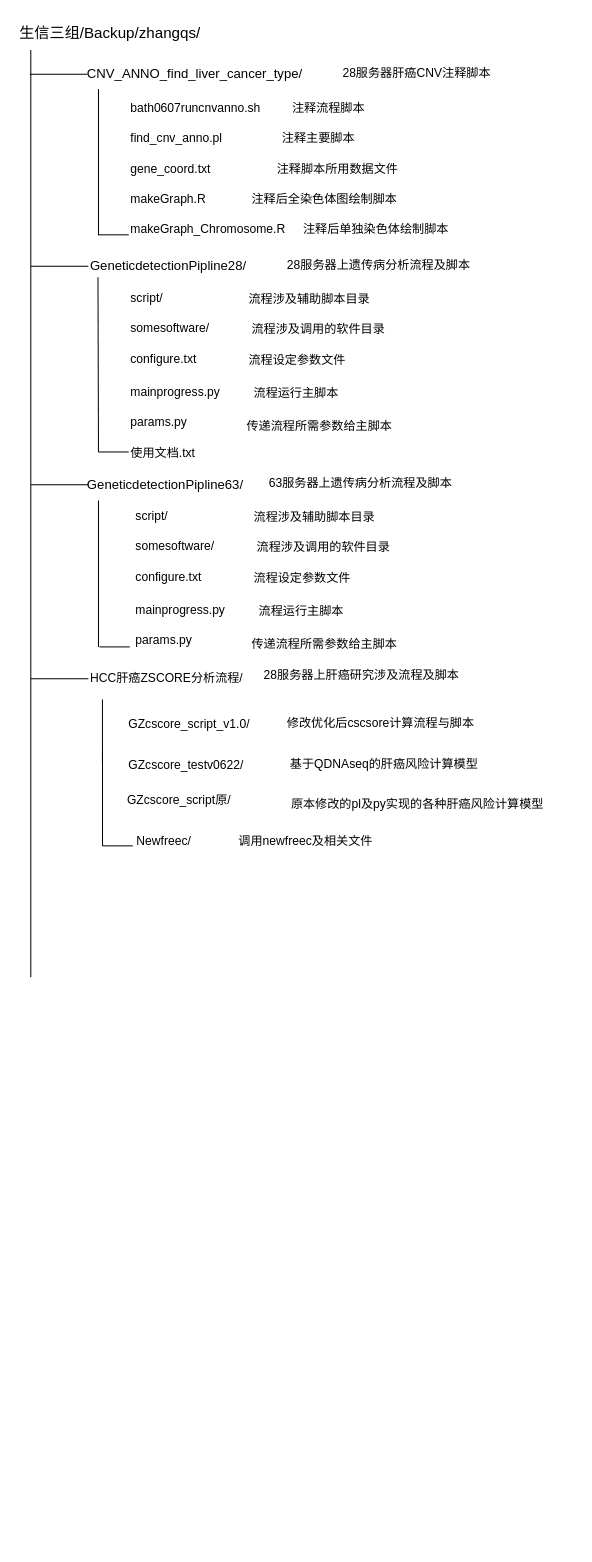
The draw.io diagram workgz Diagram.drawio in kkshaxqd/pipline_contral, before the edit. Source tidied: cells renumbered, new cells numbered last; positions are measured from the earlier drawing's top-left corner, leaving out a move shared by most shapes. Both pictures are drawn from the tidied source at 101%, with x=0, y=0 at pixel (17, 17).
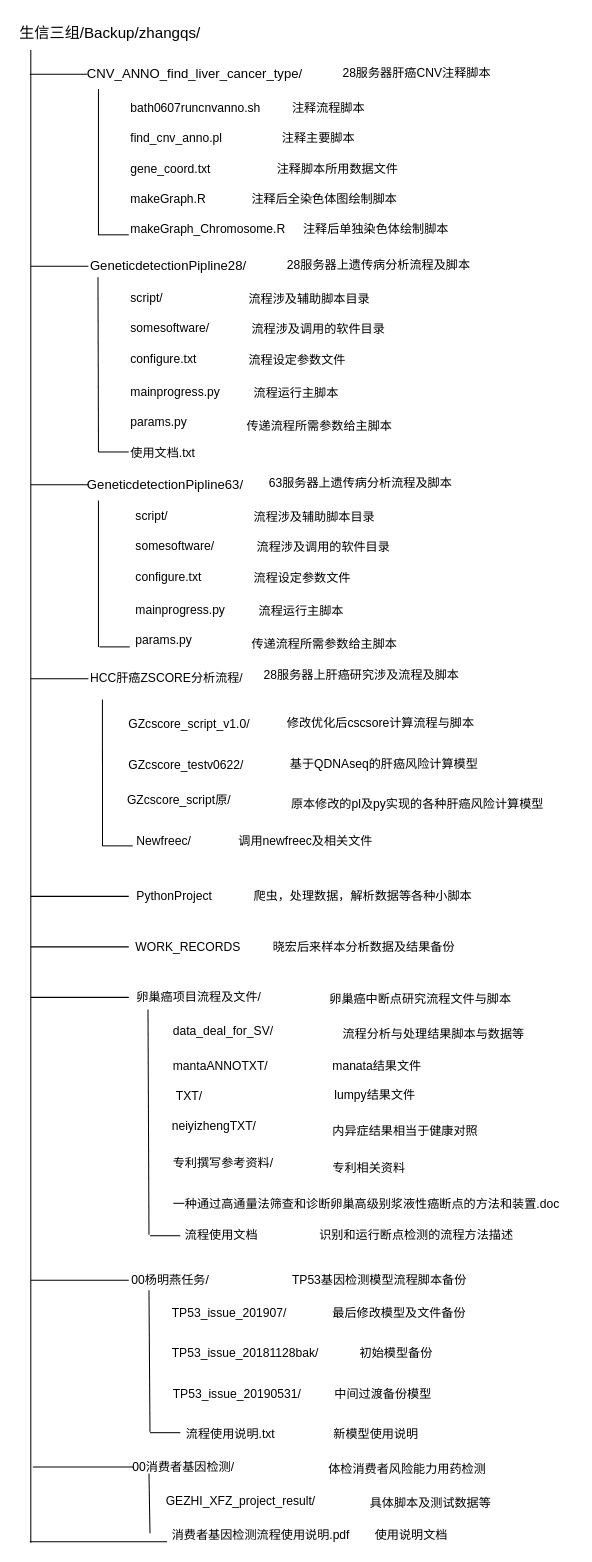
After the change.

What changed in the source:
```diff
@@
     <mxCell id="24" style="endArrow=none;html=1;" parent="1" edge="1">
       <mxGeometry relative="1" as="geometry">
         <mxPoint x="13" y="32" as="sourcePoint" />
-        <mxPoint x="13" y="950" as="targetPoint" />
+        <mxPoint x="13" y="1510" as="targetPoint" />
       </mxGeometry>
     </mxCell>
@@
+    <mxCell id="63" style="endArrow=none;html=1;" parent="1" edge="1">
+      <mxGeometry relative="1" as="geometry">
+        <mxPoint x="13" y="870" as="sourcePoint" />
+        <mxPoint x="110" y="870" as="targetPoint" />
+      </mxGeometry>
+    </mxCell>
+    <mxCell id="64" value="PythonProject" style="text;html=1;align=left;verticalAlign=top;spacingTop=-4;" parent="1" vertex="1">
+      <mxGeometry x="116" y="860" width="90" height="20" as="geometry" />
+    </mxCell>
+    <mxCell id="65" value="爬虫，处理数据，解析数据等各种小脚本" style="text;html=1;align=left;verticalAlign=top;spacingTop=-4;" parent="1" vertex="1">
+      <mxGeometry x="232" y="860" width="230" height="20" as="geometry" />
+    </mxCell>
+    <mxCell id="66" style="endArrow=none;html=1;" parent="1" edge="1">
+      <mxGeometry relative="1" as="geometry">
+        <mxPoint x="13" y="920" as="sourcePoint" />
+        <mxPoint x="110" y="920" as="targetPoint" />
+      </mxGeometry>
+    </mxCell>
+    <mxCell id="67" value="WORK_RECORDS" style="text;html=1;align=left;verticalAlign=top;spacingTop=-4;" parent="1" vertex="1">
+      <mxGeometry x="115" y="911" width="120" height="20" as="geometry" />
+    </mxCell>
+    <mxCell id="68" value="晓宏后来样本分析数据及结果备份" style="text;html=1;align=left;verticalAlign=top;spacingTop=-4;" parent="1" vertex="1">
+      <mxGeometry x="251" y="911" width="200" height="20" as="geometry" />
+    </mxCell>
+    <mxCell id="69" style="endArrow=none;html=1;" parent="1" edge="1">
+      <mxGeometry relative="1" as="geometry">
+        <mxPoint x="13" y="970" as="sourcePoint" />
+        <mxPoint x="110" y="970" as="targetPoint" />
+      </mxGeometry>
+    </mxCell>
+    <mxCell id="70" value="卵巢癌项目流程及文件/" style="text;html=1;points=[];align=left;verticalAlign=top;spacingTop=-4;" parent="1" vertex="1">
+      <mxGeometry x="116" y="960" width="140" height="20" as="geometry" />
+    </mxCell>
+    <mxCell id="71" value="data_deal_for_SV/" style="text;html=1;align=left;verticalAlign=top;spacingTop=-4;" parent="1" vertex="1">
+      <mxGeometry x="152" y="994" width="110" height="20" as="geometry" />
+    </mxCell>
+    <mxCell id="72" value="卵巢癌中断点研究流程文件与脚本" style="text;html=1;align=left;verticalAlign=top;spacingTop=-4;" parent="1" vertex="1">
+      <mxGeometry x="307" y="962" width="200" height="20" as="geometry" />
+    </mxCell>
+    <mxCell id="73" value="流程分析与处理结果脚本与数据等" style="text;html=1;align=left;verticalAlign=top;spacingTop=-4;" parent="1" vertex="1">
+      <mxGeometry x="320" y="997" width="200" height="20" as="geometry" />
+    </mxCell>
+    <mxCell id="74" value="mantaANNOTXT/" style="text;html=1;align=left;verticalAlign=top;spacingTop=-4;" parent="1" vertex="1">
+      <mxGeometry x="152" y="1028" width="110" height="20" as="geometry" />
+    </mxCell>
+    <mxCell id="75" value="manata结果文件" style="text;html=1;align=left;verticalAlign=top;spacingTop=-4;" parent="1" vertex="1">
+      <mxGeometry x="310" y="1028" width="100" height="20" as="geometry" />
+    </mxCell>
+    <mxCell id="76" value="TXT/" style="text;html=1;align=left;verticalAlign=top;spacingTop=-4;" parent="1" vertex="1">
+      <mxGeometry x="155" y="1058" width="40" height="20" as="geometry" />
+    </mxCell>
+    <mxCell id="77" value="lumpy结果文件" style="text;html=1;align=left;verticalAlign=top;spacingTop=-4;" parent="1" vertex="1">
+      <mxGeometry x="312" y="1057" width="100" height="20" as="geometry" />
+    </mxCell>
+    <mxCell id="78" value="neiyizhengTXT/" style="text;html=1;align=left;verticalAlign=top;spacingTop=-4;" parent="1" vertex="1">
+      <mxGeometry x="151" y="1088" width="100" height="20" as="geometry" />
+    </mxCell>
+    <mxCell id="79" value="内异症结果相当于健康对照" style="text;html=1;align=left;verticalAlign=top;spacingTop=-4;" parent="1" vertex="1">
+      <mxGeometry x="310" y="1093" width="160" height="20" as="geometry" />
+    </mxCell>
+    <mxCell id="80" value="专利撰写参考资料/" style="text;html=1;align=left;verticalAlign=top;spacingTop=-4;" parent="1" vertex="1">
+      <mxGeometry x="152" y="1124" width="110" height="20" as="geometry" />
+    </mxCell>
+    <mxCell id="81" value="专利相关资料" style="text;html=1;align=left;verticalAlign=top;spacingTop=-4;" parent="1" vertex="1">
+      <mxGeometry x="310" y="1129" width="90" height="20" as="geometry" />
+    </mxCell>
+    <mxCell id="82" value="一种通过高通量法筛查和诊断卵巢高级别浆液性癌断点的方法和装置.doc&amp;nbsp;&amp;nbsp;" style="text;html=1;align=left;verticalAlign=top;spacingTop=-4;" parent="1" vertex="1">
+      <mxGeometry x="152" y="1165" width="400" height="20" as="geometry" />
+    </mxCell>
+    <mxCell id="83" value="流程使用文档" style="text;html=1;align=left;verticalAlign=top;spacingTop=-4;" parent="1" vertex="1">
+      <mxGeometry x="164" y="1196" width="90" height="20" as="geometry" />
+    </mxCell>
+    <mxCell id="84" value="识别和运行断点检测的流程方法描述" style="text;html=1;align=left;verticalAlign=top;spacingTop=-4;" parent="1" vertex="1">
+      <mxGeometry x="297" y="1196" width="210" height="20" as="geometry" />
+    </mxCell>
+    <mxCell id="85" style="endArrow=none;html=1;exitX=0.093;exitY=1.1;exitDx=0;exitDy=0;exitPerimeter=0;" parent="1" edge="1" source="70">
+      <mxGeometry relative="1" as="geometry">
+        <mxPoint x="130" y="1205" as="targetPoint" />
+      </mxGeometry>
+    </mxCell>
+    <mxCell id="86" style="endArrow=none;html=1;" parent="1" edge="1">
+      <mxGeometry relative="1" as="geometry">
+        <mxPoint x="131" y="1206" as="sourcePoint" />
+        <mxPoint x="161" y="1206" as="targetPoint" />
+      </mxGeometry>
+    </mxCell>
+    <mxCell id="87" style="endArrow=none;html=1;" parent="1" edge="1">
+      <mxGeometry relative="1" as="geometry">
+        <mxPoint x="13" y="1250" as="sourcePoint" />
+        <mxPoint x="110" y="1250" as="targetPoint" />
+      </mxGeometry>
+    </mxCell>
+    <mxCell id="88" value="00杨明燕任务/" style="text;html=1;align=left;verticalAlign=top;spacingTop=-4;" parent="1" vertex="1">
+      <mxGeometry x="111" y="1240" width="90" height="20" as="geometry" />
+    </mxCell>
+    <mxCell id="89" value="TP53基因检测模型流程脚本备份" style="text;html=1;align=left;verticalAlign=top;spacingTop=-4;" parent="1" vertex="1">
+      <mxGeometry x="270" y="1240" width="190" height="20" as="geometry" />
+    </mxCell>
+    <mxCell id="90" value="TP53_issue_201907/" style="text;html=1;align=left;verticalAlign=top;spacingTop=-4;" parent="1" vertex="1">
+      <mxGeometry x="151" y="1273" width="130" height="20" as="geometry" />
+    </mxCell>
+    <mxCell id="91" value="最后修改模型及文件备份" style="text;html=1;align=left;verticalAlign=top;spacingTop=-4;" parent="1" vertex="1">
+      <mxGeometry x="310" y="1273" width="150" height="20" as="geometry" />
+    </mxCell>
+    <mxCell id="92" value="TP53_issue_20181128bak/" style="text;html=1;align=left;verticalAlign=top;spacingTop=-4;" parent="1" vertex="1">
+      <mxGeometry x="151" y="1313" width="160" height="20" as="geometry" />
+    </mxCell>
+    <mxCell id="93" value="初始模型备份" style="text;html=1;align=left;verticalAlign=top;spacingTop=-4;" parent="1" vertex="1">
+      <mxGeometry x="337" y="1313" width="90" height="20" as="geometry" />
+    </mxCell>
+    <mxCell id="94" value="TP53_issue_20190531/" style="text;html=1;align=left;verticalAlign=top;spacingTop=-4;" parent="1" vertex="1">
+      <mxGeometry x="152" y="1353" width="140" height="20" as="geometry" />
+    </mxCell>
+    <mxCell id="95" value="中间过渡备份模型" style="text;html=1;align=left;verticalAlign=top;spacingTop=-4;" parent="1" vertex="1">
+      <mxGeometry x="312" y="1353" width="110" height="20" as="geometry" />
+    </mxCell>
+    <mxCell id="96" value="流程使用说明.txt" style="text;html=1;align=left;verticalAlign=top;spacingTop=-4;" parent="1" vertex="1">
+      <mxGeometry x="165" y="1393" width="100" height="20" as="geometry" />
+    </mxCell>
+    <mxCell id="97" value="新模型使用说明" style="text;html=1;align=left;verticalAlign=top;spacingTop=-4;" parent="1" vertex="1">
+      <mxGeometry x="311" y="1393" width="100" height="20" as="geometry" />
+    </mxCell>
+    <mxCell id="98" style="endArrow=none;html=1;exitX=0.093;exitY=1.1;exitDx=0;exitDy=0;exitPerimeter=0;" parent="1" edge="1">
+      <mxGeometry relative="1" as="geometry">
+        <mxPoint x="130" y="1260" as="sourcePoint" />
+        <mxPoint x="131" y="1400" as="targetPoint" />
+      </mxGeometry>
+    </mxCell>
+    <mxCell id="99" style="endArrow=none;html=1;" parent="1" edge="1">
+      <mxGeometry relative="1" as="geometry">
+        <mxPoint x="131" y="1401" as="sourcePoint" />
+        <mxPoint x="161" y="1401" as="targetPoint" />
+      </mxGeometry>
+    </mxCell>
+    <mxCell id="100" style="endArrow=none;html=1;" parent="1" edge="1">
+      <mxGeometry relative="1" as="geometry">
+        <mxPoint x="15" y="1435" as="sourcePoint" />
+        <mxPoint x="115" y="1435" as="targetPoint" />
+      </mxGeometry>
+    </mxCell>
+    <mxCell id="101" value="00消费者基因检测/" style="text;html=1;align=left;verticalAlign=top;spacingTop=-4;" parent="1" vertex="1">
+      <mxGeometry x="112" y="1425" width="120" height="20" as="geometry" />
+    </mxCell>
+    <mxCell id="102" value="体检消费者风险能力用药检测" style="text;html=1;align=left;verticalAlign=top;spacingTop=-4;" parent="1" vertex="1">
+      <mxGeometry x="306" y="1427" width="170" height="20" as="geometry" />
+    </mxCell>
+    <mxCell id="103" value="GEZHI_XFZ_project_result/" style="text;html=1;align=left;verticalAlign=top;spacingTop=-4;" parent="1" vertex="1">
+      <mxGeometry x="145" y="1459" width="160" height="20" as="geometry" />
+    </mxCell>
+    <mxCell id="104" value="具体脚本及测试数据等" style="text;html=1;align=left;verticalAlign=top;spacingTop=-4;" parent="1" vertex="1">
+      <mxGeometry x="347" y="1461" width="140" height="20" as="geometry" />
+    </mxCell>
+    <mxCell id="105" value="消费者基因检测流程使用说明.pdf" style="text;html=1;points=[];align=left;verticalAlign=top;spacingTop=-4;" parent="1" vertex="1">
+      <mxGeometry x="151" y="1493" width="190" height="20" as="geometry" />
+    </mxCell>
+    <mxCell id="106" value="使用说明文档" style="text;html=1;align=left;verticalAlign=top;spacingTop=-4;" parent="1" vertex="1">
+      <mxGeometry x="352" y="1493" width="90" height="20" as="geometry" />
+    </mxCell>
+    <mxCell id="107" style="endArrow=none;html=1;exitX=0.093;exitY=1.1;exitDx=0;exitDy=0;exitPerimeter=0;" parent="1" edge="1">
+      <mxGeometry relative="1" as="geometry">
+        <mxPoint x="130" y="1441.5" as="sourcePoint" />
+        <mxPoint x="131" y="1500.5" as="targetPoint" />
+      </mxGeometry>
+    </mxCell>
+    <mxCell id="108" style="endArrow=none;html=1;entryX=-0.016;entryY=0.8;entryDx=0;entryDy=0;entryPerimeter=0;" parent="1" edge="1" target="105">
+      <mxGeometry relative="1" as="geometry">
+        <mxPoint x="12" y="1509" as="sourcePoint" />
+      </mxGeometry>
+    </mxCell>
```
